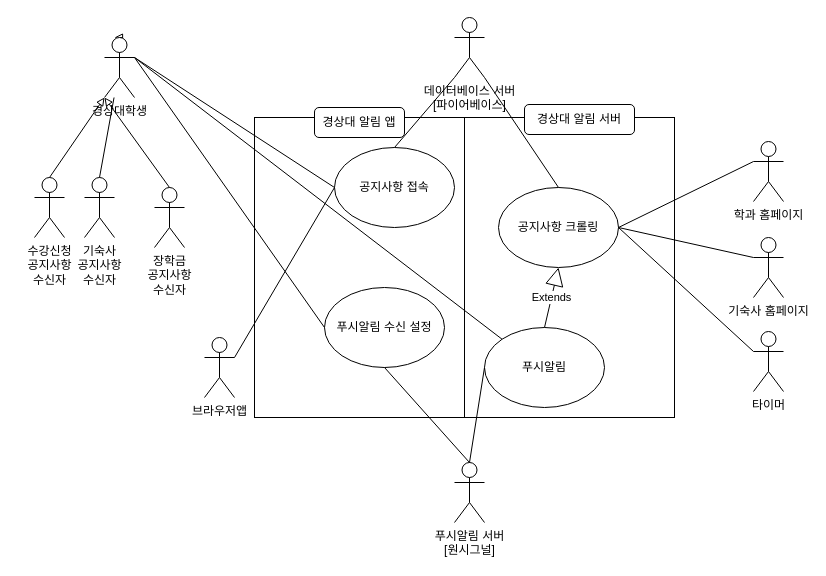
This is UseCase Diagram.drawio from GoSeongJin/gnu-app, a draw.io file, before an edit. Source tidied: cells renumbered, new cells numbered last; positions are measured from the earlier drawing's top-left corner, leaving out a move shared by most shapes. Both pictures are drawn from the tidied source at 100%, with x=0, y=0 at pixel (34, 17).
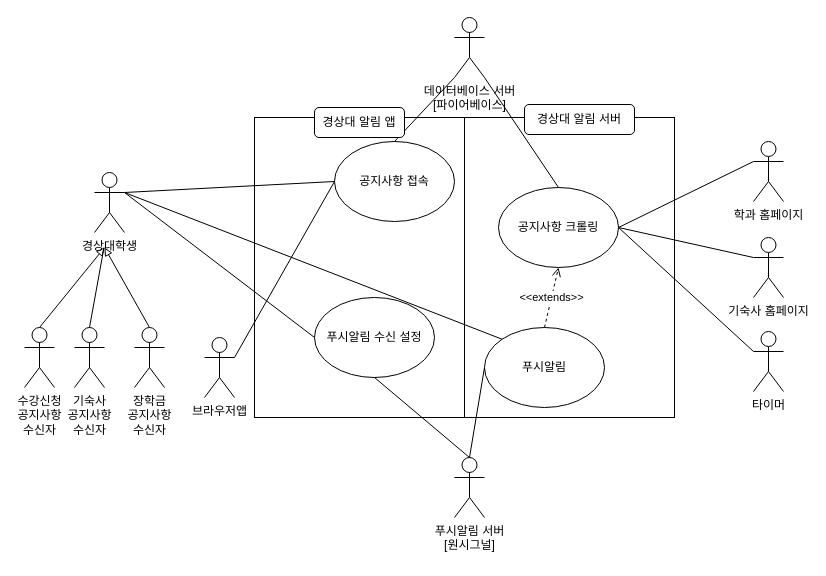
After the change.

The change refers to these unchanged cells:
```xml
<mxCell id="10" value="공지사항 크롤링" style="ellipse;whiteSpace=wrap;html=1;" parent="1" vertex="1">
  <mxGeometry x="464" y="170" width="120" height="80" as="geometry" />
</mxCell>
<mxCell id="13" value="푸시알림" style="ellipse;whiteSpace=wrap;html=1;" parent="1" vertex="1">
  <mxGeometry x="450" y="310" width="120" height="80" as="geometry" />
</mxCell>
```

What changed in the source:
```diff
@@
     <mxCell id="3" value="푸시알림 서버&lt;br&gt;[원시그널]" style="shape=umlActor;verticalLabelPosition=bottom;verticalAlign=top;html=1;outlineConnect=0;" parent="1" vertex="1">
-      <mxGeometry x="420" y="445" width="30" height="60" as="geometry" />
+      <mxGeometry x="420" y="440" width="30" height="60" as="geometry" />
     </mxCell>
@@
     <mxCell id="11" value="공지사항 접속" style="ellipse;whiteSpace=wrap;html=1;" parent="1" vertex="1">
-      <mxGeometry x="300" y="130" width="120" height="80" as="geometry" />
+      <mxGeometry x="300" y="124" width="120" height="80" as="geometry" />
     </mxCell>
     <mxCell id="12" value="푸시알림 수신 설정" style="ellipse;whiteSpace=wrap;html=1;" parent="1" vertex="1">
-      <mxGeometry x="290" y="270" width="120" height="80" as="geometry" />
+      <mxGeometry x="280" y="280" width="120" height="80" as="geometry" />
     </mxCell>
@@
-    <mxCell id="17" value="Extends" style="endArrow=block;endSize=16;endFill=0;html=1;rounded=0;exitX=0.5;exitY=0;exitDx=0;exitDy=0;entryX=0.5;entryY=1;entryDx=0;entryDy=0;" parent="1" edge="1" source="13" target="10">
+    <mxCell id="17" value="&amp;lt;&amp;lt;extends&amp;gt;&amp;gt;" style="endArrow=open;endSize=7;endFill=0;html=1;rounded=0;exitX=0.5;exitY=0;exitDx=0;exitDy=0;entryX=0.5;entryY=1;entryDx=0;entryDy=0;dashed=1;" parent="1" edge="1" source="13" target="10">
       <mxGeometry relative="1" as="geometry" />
     </mxCell>
@@
     <mxCell id="27" value="장학금 &lt;br&gt;공지사항 &lt;br&gt;수신자" style="shape=umlActor;verticalLabelPosition=bottom;verticalAlign=top;html=1;outlineConnect=0;" parent="1" vertex="1">
-      <mxGeometry x="120" y="170" width="30" height="60" as="geometry" />
+      <mxGeometry x="100" y="310" width="30" height="60" as="geometry" />
     </mxCell>
     <mxCell id="28" value="기숙사 &lt;br&gt;공지사항 &lt;br&gt;수신자" style="shape=umlActor;verticalLabelPosition=bottom;verticalAlign=top;html=1;outlineConnect=0;" parent="1" vertex="1">
-      <mxGeometry x="50" y="160" width="30" height="60" as="geometry" />
+      <mxGeometry x="40" y="310" width="30" height="60" as="geometry" />
     </mxCell>
     <mxCell id="29" value="수강신청 &lt;br&gt;공지사항 &lt;br&gt;수신자" style="shape=umlActor;verticalLabelPosition=bottom;verticalAlign=top;html=1;outlineConnect=0;" parent="1" vertex="1">
-      <mxGeometry y="160" width="30" height="60" as="geometry" />
+      <mxGeometry x="-10" y="310" width="30" height="60" as="geometry" />
     </mxCell>
-    <mxCell id="30" style="endArrow=block;html=1;rounded=0;entryX=0;entryY=1;entryDx=0;entryDy=0;entryPerimeter=0;exitX=0.5;exitY=0;exitDx=0;exitDy=0;exitPerimeter=0;endFill=0;" parent="1" edge="1" source="29" target="33">
-      <mxGeometry relative="1" as="geometry" />
+    <mxCell id="30" style="endArrow=block;html=1;rounded=0;exitX=0.5;exitY=0;exitDx=0;exitDy=0;exitPerimeter=0;endFill=0;" parent="1" edge="1" source="29">
+      <mxGeometry relative="1" as="geometry">
+        <mxPoint x="70" y="230" as="targetPoint" />
+      </mxGeometry>
     </mxCell>
-    <mxCell id="31" style="endArrow=block;html=1;rounded=0;exitX=0.5;exitY=0;exitDx=0;exitDy=0;exitPerimeter=0;endFill=0;startArrow=none;" parent="1" edge="1" source="33">
-      <mxGeometry relative="1" as="geometry">
-        <mxPoint x="80" y="20" as="targetPoint" />
-      </mxGeometry>
-    </mxCell>
-    <mxCell id="32" style="endArrow=block;html=1;rounded=0;entryX=0;entryY=1;entryDx=0;entryDy=0;entryPerimeter=0;exitX=0.5;exitY=0;exitDx=0;exitDy=0;exitPerimeter=0;endFill=0;" parent="1" edge="1" source="27" target="33">
-      <mxGeometry relative="1" as="geometry" />
+    <mxCell id="32" style="endArrow=block;html=1;rounded=0;exitX=0.5;exitY=0;exitDx=0;exitDy=0;exitPerimeter=0;endFill=0;" parent="1" edge="1" source="27">
+      <mxGeometry relative="1" as="geometry">
+        <mxPoint x="70" y="230" as="targetPoint" />
+      </mxGeometry>
     </mxCell>
     <mxCell id="33" value="경상대학생" style="shape=umlActor;verticalLabelPosition=bottom;verticalAlign=top;html=1;outlineConnect=0;" parent="1" vertex="1">
-      <mxGeometry x="70" y="20" width="30" height="60" as="geometry" />
+      <mxGeometry x="60" y="155" width="30" height="60" as="geometry" />
     </mxCell>
-    <mxCell id="34" style="endArrow=none;html=1;rounded=0;exitX=0.5;exitY=0;exitDx=0;exitDy=0;exitPerimeter=0;endFill=0;" parent="1" edge="1" source="28" target="33">
-      <mxGeometry relative="1" as="geometry" />
+    <mxCell id="34" style="endArrow=none;html=1;rounded=0;exitX=0.5;exitY=0;exitDx=0;exitDy=0;exitPerimeter=0;endFill=0;" parent="1" edge="1" source="28">
+      <mxGeometry relative="1" as="geometry">
+        <mxPoint x="69.5" y="230" as="targetPoint" />
+      </mxGeometry>
     </mxCell>
```
